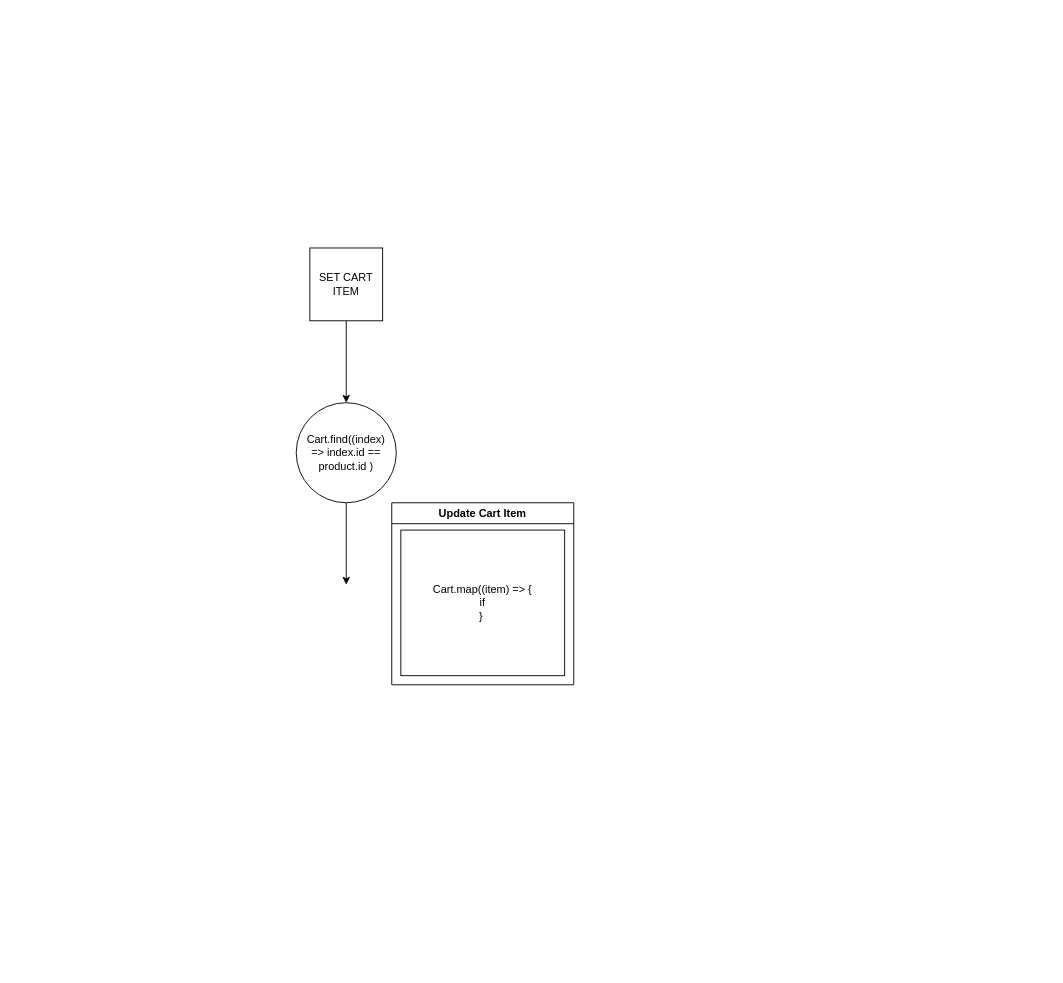
Above: logicCodeUpdateProduct/ProductLogicCode.drawio in ledidan/logicCode (draw.io), before the change. Source tidied: cells renumbered, new cells numbered last; positions are measured from the earlier drawing's top-left corner, leaving out a move shared by most shapes. Both pictures are drawn from the tidied source at 91%, with x=0, y=0 at pixel (296, 248).
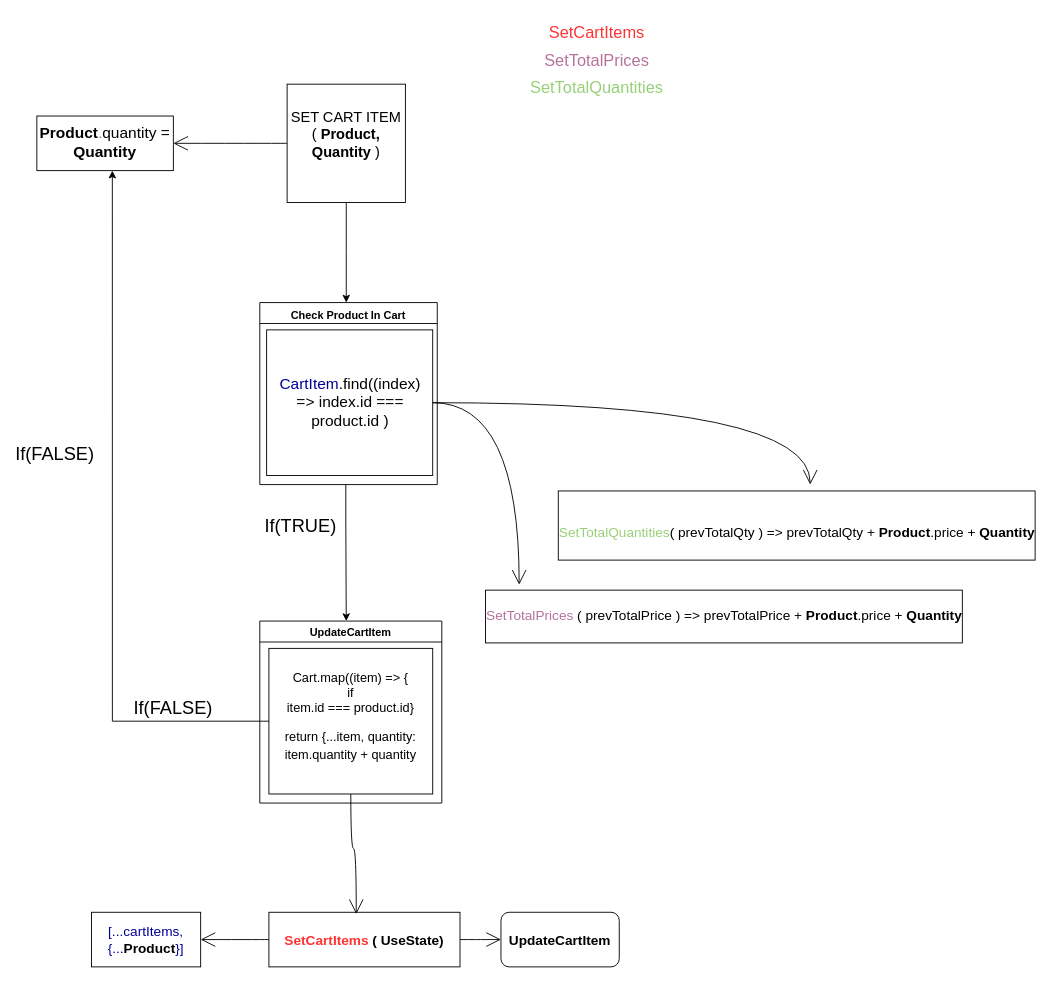
The same page after the edit.

The edit, as a diff of the source:
```diff
@@
     <mxCell id="2" style="edgeStyle=orthogonalEdgeStyle;rounded=0;jettySize=auto;html=1;" parent="1" edge="1" source="3">
       <mxGeometry relative="1" as="geometry">
-        <mxPoint x="55" y="170" as="targetPoint" />
+        <mxPoint x="55" y="60" as="targetPoint" />
       </mxGeometry>
     </mxCell>
+    <mxCell id="8" style="edgeStyle=orthogonalEdgeStyle;curved=1;jettySize=auto;html=1;entryX=1;entryY=0.5;entryDx=0;entryDy=0;fontSize=15;fontColor=#FF3333;endArrow=open;startSize=14;endSize=14;" parent="1" edge="1" source="3" target="21">
+      <mxGeometry relative="1" as="geometry" />
+    </mxCell>
-    <mxCell id="3" value="SET CART ITEM" style="whiteSpace=wrap;html=1;" parent="1" vertex="1">
-      <mxGeometry x="15" width="80" height="80" as="geometry" />
+    <mxCell id="3" value="&lt;div style=&quot;font-size: 16px;&quot;&gt;SET CART ITEM ( &lt;b style=&quot;font-size: 16px;&quot;&gt;Product, Quantity&lt;/b&gt; )&lt;/div&gt;&lt;div style=&quot;font-size: 16px;&quot;&gt;&lt;br style=&quot;font-size: 16px;&quot;&gt;&lt;/div&gt;" style="whiteSpace=wrap;html=1;fontSize=16;rounded=0;" parent="1" vertex="1">
+      <mxGeometry x="-10" y="-180" width="130" height="130" as="geometry" />
     </mxCell>
-    <mxCell id="4" style="edgeStyle=orthogonalEdgeStyle;rounded=0;jettySize=auto;html=1;" parent="1" edge="1" source="5">
+    <mxCell id="4" style="edgeStyle=orthogonalEdgeStyle;rounded=0;orthogonalLoop=1;jettySize=auto;html=1;" parent="1" edge="1">
       <mxGeometry relative="1" as="geometry">
-        <mxPoint x="55" y="370" as="targetPoint" />
+        <mxPoint x="54.5" y="260" as="sourcePoint" />
+        <mxPoint x="55" y="410" as="targetPoint" />
+        <Array as="points">
+          <mxPoint x="55" y="300" />
+          <mxPoint x="55" y="300" />
+        </Array>
       </mxGeometry>
     </mxCell>
-    <mxCell id="5" value="&lt;blockquote&gt;Cart.find((index) =&amp;gt; index.id == product.id )&lt;/blockquote&gt;" style="ellipse;whiteSpace=wrap;html=1;" parent="1" vertex="1">
-      <mxGeometry y="170" width="110" height="110" as="geometry" />
-    </mxCell>
-    <mxCell id="6" value="Update Cart Item " style="swimlane;" parent="1" vertex="1">
-      <mxGeometry x="105" y="280" width="200" height="200" as="geometry" />
+    <mxCell id="6" value="UpdateCartItem " style="swimlane;rounded=0;startSize=23;" parent="1" vertex="1">
+      <mxGeometry x="-40" y="410" width="200" height="200" as="geometry" />
     </mxCell>
-    <mxCell id="7" value="&lt;div&gt;Cart.map((item) =&amp;gt; {&lt;/div&gt;&lt;div&gt;&lt;span style=&quot;white-space: pre;&quot;&gt;if&lt;br&gt;&lt;/span&gt;&lt;/div&gt;&lt;div&gt;&lt;span style=&quot;white-space: pre;&quot;&gt;} &lt;/span&gt;&lt;/div&gt;" style="whiteSpace=wrap;html=1;" parent="6" vertex="1">
+    <mxCell id="7" value="&lt;div style=&quot;font-size: 14px;&quot;&gt;&lt;br&gt;&lt;/div&gt;&lt;div style=&quot;font-size: 14px;&quot;&gt;Cart.map((item) =&amp;gt; {&lt;/div&gt;&lt;div style=&quot;font-size: 14px;&quot;&gt;&lt;span style=&quot;font-size: 14px;&quot;&gt;if&lt;br style=&quot;font-size: 14px;&quot;&gt;&lt;/span&gt;&lt;/div&gt;&lt;div style=&quot;font-size: 14px;&quot;&gt;&lt;span style=&quot;font-size: 14px;&quot;&gt;item.id === product.id}&lt;/span&gt;&lt;/div&gt;&lt;div style=&quot;font-size: 14px;&quot;&gt;&lt;p style=&quot;line-height: 0.9; font-size: 14px;&quot;&gt;&lt;/p&gt;&lt;div style=&quot;line-height: 1.4; font-size: 14px;&quot;&gt;return {...item, quantity: item.quantity + quantity&lt;/div&gt;&lt;div style=&quot;font-size: 14px;&quot;&gt;&lt;br style=&quot;font-size: 14px;&quot;&gt;&lt;/div&gt;&lt;p style=&quot;font-size: 14px;&quot;&gt;&lt;br style=&quot;font-size: 14px;&quot;&gt;&lt;/p&gt;&lt;span style=&quot;font-size: 14px;&quot;&gt; &lt;/span&gt;&lt;/div&gt;" style="whiteSpace=wrap;html=1;rounded=0;fontSize=14;labelPosition=center;verticalLabelPosition=middle;align=center;verticalAlign=top;textDirection=ltr;" parent="6" vertex="1">
       <mxGeometry x="10" y="30" width="180" height="160" as="geometry" />
     </mxCell>
+    <mxCell id="9" value="&lt;font style=&quot;font-size: 20px;&quot;&gt;If(TRUE)&lt;/font&gt;" style="text;html=1;strokeColor=none;fillColor=none;align=center;verticalAlign=middle;whiteSpace=wrap;rounded=0;" parent="1" vertex="1">
+      <mxGeometry x="-25" y="290" width="60" height="30" as="geometry" />
+    </mxCell>
+    <mxCell id="10" value="Check Product In Cart&#10;" style="swimlane;spacing=3;align=center;verticalAlign=top;rounded=0;" parent="1" vertex="1">
+      <mxGeometry x="-40" y="60" width="195" height="200" as="geometry" />
+    </mxCell>
+    <mxCell id="11" value="&lt;blockquote style=&quot;font-size: 17px;&quot;&gt;&lt;font color=&quot;#000099&quot;&gt;CartItem&lt;/font&gt;.find((index) =&amp;gt; index.id === product.id )&lt;/blockquote&gt;" style="whiteSpace=wrap;html=1;rounded=0;fontSize=17;" parent="10" vertex="1">
+      <mxGeometry x="7.5" y="30" width="182.5" height="160" as="geometry" />
+    </mxCell>
+    <mxCell id="12" style="edgeStyle=orthogonalEdgeStyle;curved=1;jettySize=auto;html=1;fontSize=15;fontColor=#000099;endArrow=open;startSize=14;endSize=14;" parent="1" edge="1" source="14" target="27">
+      <mxGeometry relative="1" as="geometry" />
+    </mxCell>
+    <mxCell id="13" style="edgeStyle=orthogonalEdgeStyle;curved=1;jettySize=auto;html=1;fontSize=15;fontColor=#000000;endArrow=open;startSize=14;endSize=14;" parent="1" edge="1" source="14" target="28">
+      <mxGeometry relative="1" as="geometry" />
+    </mxCell>
+    <mxCell id="14" value="&lt;b style=&quot;font-size: 15px;&quot;&gt;&lt;font color=&quot;#FF3333&quot;&gt;SetCartItems&lt;/font&gt; ( UseState)&lt;/b&gt;" style="rounded=0;whiteSpace=wrap;html=1;fontSize=15;" parent="1" vertex="1">
+      <mxGeometry x="-30" y="730" width="210" height="60" as="geometry" />
+    </mxCell>
+    <mxCell id="15" style="edgeStyle=orthogonalEdgeStyle;rounded=0;jettySize=auto;html=1;entryX=0.553;entryY=1;entryDx=0;entryDy=0;entryPerimeter=0;" parent="1" edge="1" source="7" target="21">
+      <mxGeometry relative="1" as="geometry" />
+    </mxCell>
+    <mxCell id="16" value="&lt;font style=&quot;font-size: 20px;&quot;&gt;If(FALSE)&lt;/font&gt;" style="text;html=1;strokeColor=none;fillColor=none;align=center;verticalAlign=middle;whiteSpace=wrap;rounded=0;" parent="1" vertex="1">
+      <mxGeometry x="-295" y="210" width="60" height="30" as="geometry" />
+    </mxCell>
+    <mxCell id="17" value="&lt;div style=&quot;font-size: 18px;&quot;&gt;SetCartItems&lt;/div&gt;&lt;div style=&quot;font-size: 18px;&quot;&gt;&lt;br style=&quot;font-size: 18px;&quot;&gt;&lt;/div&gt;" style="text;html=1;align=center;verticalAlign=middle;strokeColor=none;fillColor=none;fontSize=18;fontColor=#FF3333;rounded=0;" parent="1" vertex="1">
+      <mxGeometry x="265" y="-255" width="130" height="60" as="geometry" />
+    </mxCell>
+    <mxCell id="18" value="&lt;div style=&quot;font-size: 18px;&quot;&gt;&lt;font color=&quot;#B5739D&quot;&gt;SetTotalPrices&lt;/font&gt;&lt;/div&gt;&lt;div style=&quot;font-size: 18px;&quot;&gt;&lt;br style=&quot;font-size: 18px;&quot;&gt;&lt;/div&gt;" style="text;html=1;align=center;verticalAlign=middle;strokeColor=none;fillColor=none;fontSize=18;fontColor=#97D077;rounded=0;" parent="1" vertex="1">
+      <mxGeometry x="260" y="-225" width="140" height="60" as="geometry" />
+    </mxCell>
+    <mxCell id="19" value="&lt;div style=&quot;font-size: 18px;&quot;&gt;SetTotalQuantities&lt;/div&gt;&lt;div style=&quot;font-size: 18px;&quot;&gt;&lt;br style=&quot;font-size: 18px;&quot;&gt;&lt;/div&gt;" style="text;html=1;align=center;verticalAlign=middle;strokeColor=none;fillColor=none;fontSize=18;fontColor=#97D077;rounded=0;" parent="1" vertex="1">
+      <mxGeometry x="245" y="-195" width="170" height="60" as="geometry" />
+    </mxCell>
+    <mxCell id="20" value="&lt;div style=&quot;font-size: 15px;&quot;&gt;&lt;font color=&quot;#B5739D&quot;&gt;&lt;br&gt;&lt;/font&gt;&lt;/div&gt;&lt;div style=&quot;font-size: 15px;&quot;&gt;&lt;font color=&quot;#B5739D&quot;&gt;SetTotalPrices&lt;/font&gt; &lt;font style=&quot;font-size: 15px;&quot; color=&quot;#000000&quot;&gt;( prevTotalPrice ) =&amp;gt; &lt;/font&gt;&lt;font style=&quot;font-size: 15px;&quot; color=&quot;#000000&quot;&gt;&lt;font style=&quot;font-size: 15px;&quot; color=&quot;#000000&quot;&gt;prevTotalPrice&lt;/font&gt; + &lt;b&gt;Product&lt;/b&gt;.price + &lt;b&gt;Quantity&lt;/b&gt;&lt;/font&gt;&lt;b&gt; &lt;/b&gt;&lt;br&gt;&lt;/div&gt;&lt;div style=&quot;font-size: 18px;&quot;&gt;&lt;br style=&quot;font-size: 18px;&quot;&gt;&lt;/div&gt;" style="text;html=1;align=center;verticalAlign=middle;points=[];strokeColor=none;fillColor=none;fontSize=18;fontColor=#97D077;rounded=0;labelBackgroundColor=none;labelBorderColor=default;" parent="1" vertex="1">
+      <mxGeometry x="195" y="370" width="550" height="70" as="geometry" />
+    </mxCell>
+    <mxCell id="21" value="&lt;b&gt;&lt;font color=&quot;#000000&quot;&gt;Product&lt;/font&gt;&lt;/b&gt;.&lt;font color=&quot;#000000&quot;&gt;quantity&lt;/font&gt; &lt;font color=&quot;#000000&quot;&gt;=&lt;/font&gt; &lt;b&gt;&lt;font color=&quot;#000000&quot;&gt;Quantity&lt;/font&gt;&lt;/b&gt;" style="whiteSpace=wrap;html=1;labelBackgroundColor=none;labelBorderColor=none;fontSize=17;fontColor=#B5739D;" parent="1" vertex="1">
+      <mxGeometry x="-285" y="-145" width="150" height="60" as="geometry" />
+    </mxCell>
+    <mxCell id="22" value="&lt;font style=&quot;font-size: 20px;&quot;&gt;If(FALSE)&lt;/font&gt;" style="text;html=1;strokeColor=none;fillColor=none;align=center;verticalAlign=middle;whiteSpace=wrap;rounded=0;" parent="1" vertex="1">
+      <mxGeometry x="-165" y="490" width="60" height="30" as="geometry" />
+    </mxCell>
+    <mxCell id="23" style="edgeStyle=orthogonalEdgeStyle;curved=1;jettySize=auto;html=1;entryX=0.457;entryY=0.033;entryDx=0;entryDy=0;entryPerimeter=0;fontSize=15;fontColor=#FF3333;endArrow=open;startSize=14;endSize=14;" parent="1" edge="1" source="7" target="14">
+      <mxGeometry relative="1" as="geometry" />
+    </mxCell>
+    <mxCell id="24" style="edgeStyle=orthogonalEdgeStyle;curved=1;jettySize=auto;html=1;fontSize=15;fontColor=#FF3333;endArrow=open;startSize=14;endSize=14;" parent="1" edge="1" source="11" target="20">
+      <mxGeometry relative="1" as="geometry">
+        <Array as="points">
+          <mxPoint x="245" y="170" />
+        </Array>
+      </mxGeometry>
+    </mxCell>
+    <mxCell id="25" value="&lt;div style=&quot;font-size: 15px;&quot;&gt;&lt;font color=&quot;#B5739D&quot;&gt;&lt;br&gt;&lt;/font&gt;&lt;/div&gt;&lt;div style=&quot;font-size: 15px;&quot;&gt;&amp;nbsp;&lt;div style=&quot;&quot;&gt;&lt;font style=&quot;font-size: 15px;&quot;&gt;SetTotalQuantities&lt;/font&gt;&lt;font style=&quot;font-size: 15px;&quot; color=&quot;#000000&quot;&gt;( prevTotalQty ) =&amp;gt; &lt;/font&gt;&lt;font style=&quot;font-size: 15px;&quot; color=&quot;#000000&quot;&gt;&lt;font style=&quot;font-size: 15px;&quot; color=&quot;#000000&quot;&gt;prevTotalQty&lt;/font&gt; + &lt;b&gt;Product&lt;/b&gt;.price + &lt;b&gt;Quantity&lt;/b&gt;&lt;/font&gt;&lt;b&gt; &lt;/b&gt;&lt;br&gt;&lt;/div&gt;&lt;/div&gt;&lt;div style=&quot;font-size: 18px;&quot;&gt;&lt;br style=&quot;font-size: 18px;&quot;&gt;&lt;/div&gt;" style="text;html=1;align=center;verticalAlign=middle;points=[];strokeColor=none;fillColor=none;fontSize=18;fontColor=#97D077;rounded=0;labelBackgroundColor=none;labelBorderColor=default;" parent="1" vertex="1">
+      <mxGeometry x="275" y="260" width="550" height="90" as="geometry" />
+    </mxCell>
+    <mxCell id="26" style="edgeStyle=orthogonalEdgeStyle;curved=1;jettySize=auto;html=1;entryX=0.527;entryY=0;entryDx=0;entryDy=0;entryPerimeter=0;fontSize=15;fontColor=#FF3333;endArrow=open;startSize=14;endSize=14;" parent="1" edge="1" source="11" target="25">
+      <mxGeometry relative="1" as="geometry" />
+    </mxCell>
+    <mxCell id="27" value="[...cartItems, {...&lt;font color=&quot;#000000&quot;&gt;&lt;b&gt;Product&lt;/b&gt;&lt;/font&gt;}]" style="rounded=0;whiteSpace=wrap;html=1;labelBackgroundColor=none;labelBorderColor=none;fontSize=15;fontColor=#000099;" parent="1" vertex="1">
+      <mxGeometry x="-225" y="730" width="120" height="60" as="geometry" />
+    </mxCell>
+    <mxCell id="28" value="&lt;b&gt;UpdateCartItem &lt;/b&gt;" style="rounded=1;whiteSpace=wrap;html=1;labelBackgroundColor=none;labelBorderColor=none;fontSize=15;fontColor=#000000;" parent="1" vertex="1">
+      <mxGeometry x="225" y="730" width="130" height="60" as="geometry" />
+    </mxCell>
```
